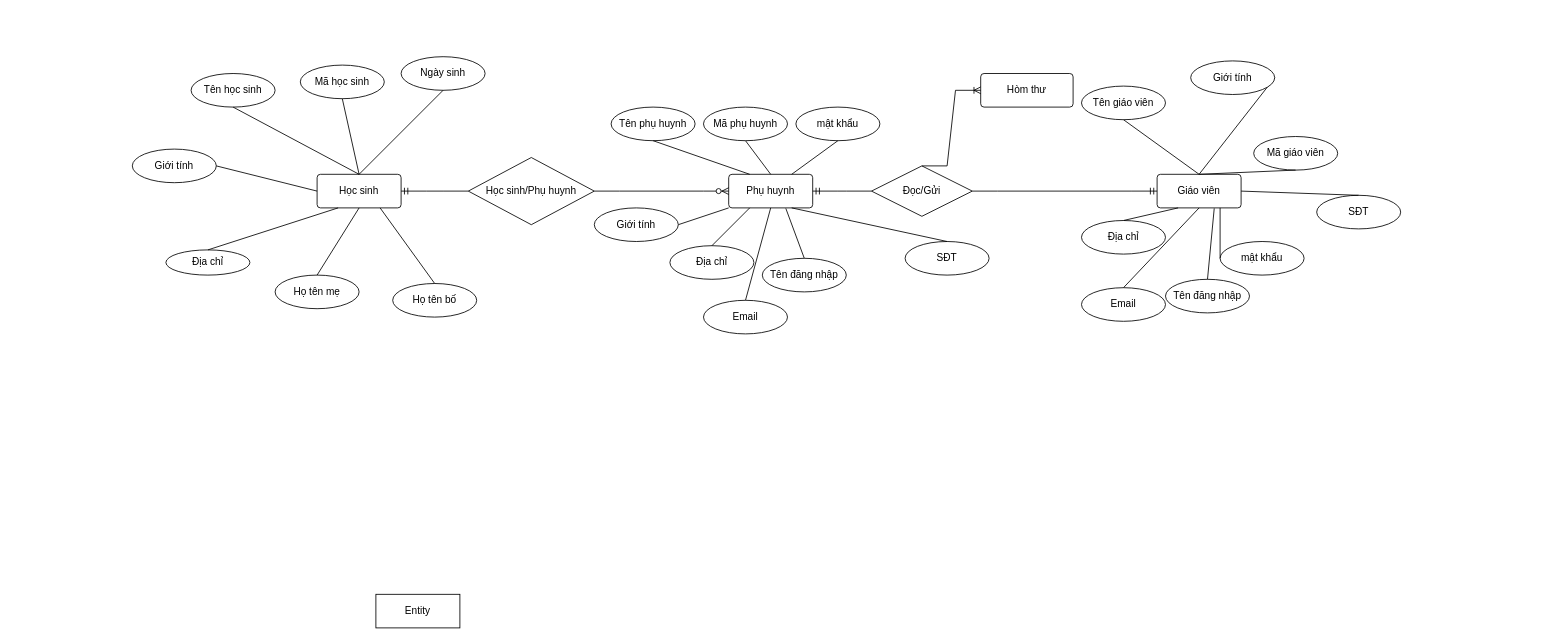
Above: Untitled Diagram.drawio in trungvu267/sunny-page (draw.io), before the change. Source tidied: cells renumbered, new cells numbered last; positions are measured from the earlier drawing's top-left corner, leaving out a move shared by most shapes. Both pictures are drawn from the tidied source at 84%, with x=0, y=0 at pixel (132, 56).
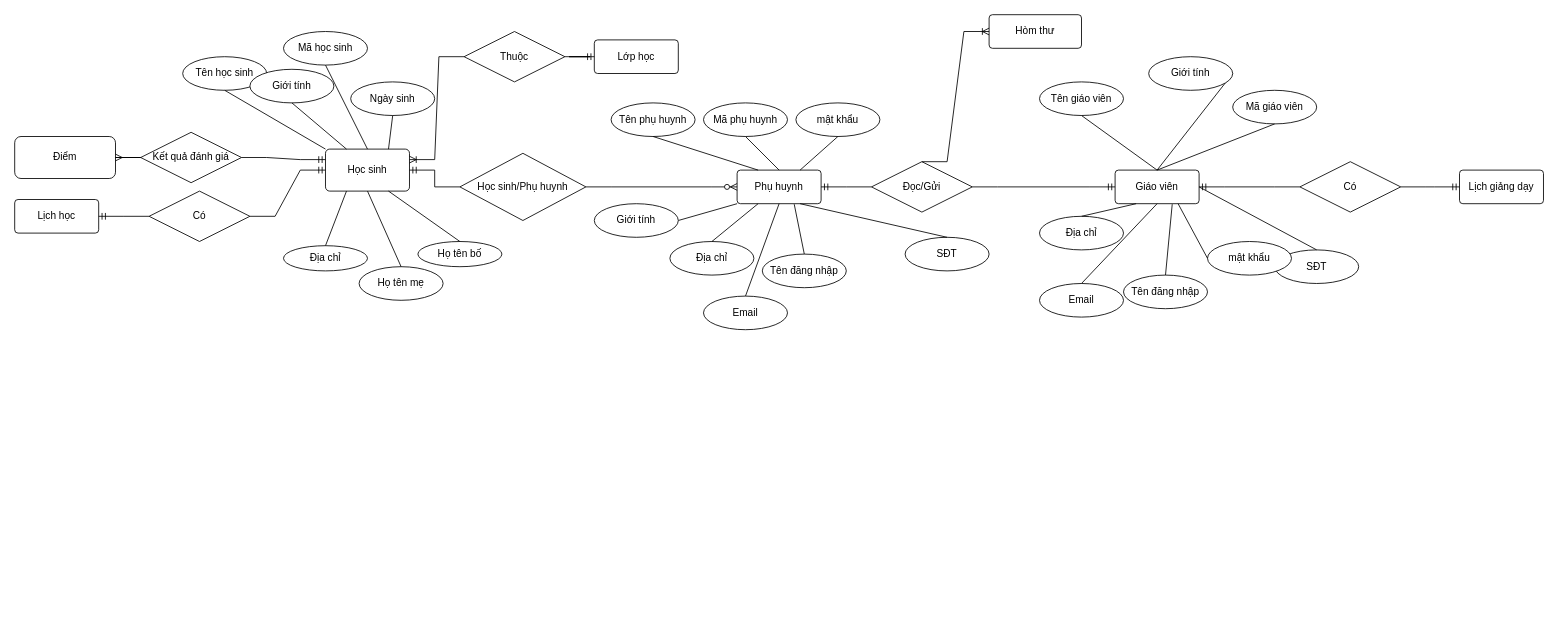
The same diagram, later.

What changed in the source:
```diff
@@
-    <mxCell id="2" value="Entity" style="whiteSpace=wrap;html=1;align=center;" parent="1" vertex="1">
-      <mxGeometry x="290" y="640" width="100" height="40" as="geometry" />
-    </mxCell>
     <mxCell id="3" value="Học sinh" style="rounded=1;arcSize=10;whiteSpace=wrap;html=1;align=center;" parent="1" vertex="1">
-      <mxGeometry x="220" y="140" width="100" height="40" as="geometry" />
+      <mxGeometry x="230" y="110" width="100" height="50" as="geometry" />
     </mxCell>
     <mxCell id="4" value="Tên học sinh" style="ellipse;whiteSpace=wrap;html=1;align=center;" parent="1" vertex="1">
-      <mxGeometry x="70" y="20" width="100" height="40" as="geometry" />
+      <mxGeometry x="60" width="100" height="40" as="geometry" />
     </mxCell>
     <mxCell id="5" value="Ngày sinh" style="ellipse;whiteSpace=wrap;html=1;align=center;" parent="1" vertex="1">
-      <mxGeometry x="320" width="100" height="40" as="geometry" />
+      <mxGeometry x="260" y="30" width="100" height="40" as="geometry" />
     </mxCell>
     <mxCell id="6" value="Địa chỉ" style="ellipse;whiteSpace=wrap;html=1;align=center;" parent="1" vertex="1">
-      <mxGeometry x="40" y="230" width="100" height="30" as="geometry" />
+      <mxGeometry x="180" y="225" width="100" height="30" as="geometry" />
     </mxCell>
     <mxCell id="7" value="Họ tên bố" style="ellipse;whiteSpace=wrap;html=1;align=center;" parent="1" vertex="1">
-      <mxGeometry x="310" y="270" width="100" height="40" as="geometry" />
+      <mxGeometry x="340" y="220" width="100" height="30" as="geometry" />
     </mxCell>
     <mxCell id="8" value="Họ tên mẹ" style="ellipse;whiteSpace=wrap;html=1;align=center;" parent="1" vertex="1">
-      <mxGeometry x="170" y="260" width="100" height="40" as="geometry" />
+      <mxGeometry x="270" y="250" width="100" height="40" as="geometry" />
     </mxCell>
     <mxCell id="9" value="Giới tính" style="ellipse;whiteSpace=wrap;html=1;align=center;" parent="1" vertex="1">
-      <mxGeometry y="110" width="100" height="40" as="geometry" />
+      <mxGeometry x="140" y="15" width="100" height="40" as="geometry" />
     </mxCell>
     <mxCell id="10" value="Mã học sinh" style="ellipse;whiteSpace=wrap;html=1;align=center;" parent="1" vertex="1">
-      <mxGeometry x="200" y="10" width="100" height="40" as="geometry" />
+      <mxGeometry x="180" y="-30" width="100" height="40" as="geometry" />
     </mxCell>
-    <mxCell id="11" style="endArrow=none;html=1;rounded=0;exitX=0.5;exitY=1;exitDx=0;exitDy=0;entryX=0.5;entryY=0;entryDx=0;entryDy=0;" parent="1" edge="1" source="4" target="3">
+    <mxCell id="11" style="endArrow=none;html=1;rounded=0;exitX=0.5;exitY=1;exitDx=0;exitDy=0;entryX=0;entryY=0;entryDx=0;entryDy=0;" parent="1" edge="1" source="4" target="3">
       <mxGeometry relative="1" as="geometry" />
     </mxCell>
@@
-    <mxCell id="13" style="endArrow=none;html=1;rounded=0;entryX=0.5;entryY=1;entryDx=0;entryDy=0;exitX=0.5;exitY=0;exitDx=0;exitDy=0;" parent="1" edge="1" source="3" target="5">
+    <mxCell id="13" style="endArrow=none;html=1;rounded=0;entryX=0.5;entryY=1;entryDx=0;entryDy=0;exitX=0.75;exitY=0;exitDx=0;exitDy=0;" parent="1" edge="1" source="3" target="5">
       <mxGeometry relative="1" as="geometry" />
     </mxCell>
-    <mxCell id="14" style="endArrow=none;html=1;rounded=0;exitX=1;exitY=0.5;exitDx=0;exitDy=0;entryX=0;entryY=0.5;entryDx=0;entryDy=0;" parent="1" edge="1" source="9" target="3">
+    <mxCell id="14" style="endArrow=none;html=1;rounded=0;exitX=0.5;exitY=1;exitDx=0;exitDy=0;entryX=0.25;entryY=0;entryDx=0;entryDy=0;" parent="1" edge="1" source="9" target="3">
       <mxGeometry relative="1" as="geometry" />
     </mxCell>
@@
     <mxCell id="18" value="Phụ huynh" style="rounded=1;arcSize=10;whiteSpace=wrap;html=1;align=center;" parent="1" vertex="1">
-      <mxGeometry x="710" y="140" width="100" height="40" as="geometry" />
+      <mxGeometry x="720" y="135" width="100" height="40" as="geometry" />
     </mxCell>
     <mxCell id="19" value="Tên phụ huynh" style="ellipse;whiteSpace=wrap;html=1;align=center;" parent="1" vertex="1">
-      <mxGeometry x="570" y="60" width="100" height="40" as="geometry" />
+      <mxGeometry x="570" y="55" width="100" height="40" as="geometry" />
     </mxCell>
     <mxCell id="20" value="Địa chỉ" style="ellipse;whiteSpace=wrap;html=1;align=center;" parent="1" vertex="1">
-      <mxGeometry x="640" y="225" width="100" height="40" as="geometry" />
+      <mxGeometry x="640" y="220" width="100" height="40" as="geometry" />
     </mxCell>
     <mxCell id="21" value="SĐT" style="ellipse;whiteSpace=wrap;html=1;align=center;" parent="1" vertex="1">
-      <mxGeometry x="920" y="220" width="100" height="40" as="geometry" />
+      <mxGeometry x="920" y="215" width="100" height="40" as="geometry" />
     </mxCell>
     <mxCell id="22" value="Email" style="ellipse;whiteSpace=wrap;html=1;align=center;" parent="1" vertex="1">
-      <mxGeometry x="680" y="290" width="100" height="40" as="geometry" />
+      <mxGeometry x="680" y="285" width="100" height="40" as="geometry" />
     </mxCell>
     <mxCell id="23" value="Mã phụ huynh" style="ellipse;whiteSpace=wrap;html=1;align=center;" parent="1" vertex="1">
-      <mxGeometry x="680" y="60" width="100" height="40" as="geometry" />
+      <mxGeometry x="680" y="55" width="100" height="40" as="geometry" />
     </mxCell>
@@
     <mxCell id="30" value="Giới tính" style="ellipse;whiteSpace=wrap;html=1;align=center;" parent="1" vertex="1">
-      <mxGeometry x="550" y="180" width="100" height="40" as="geometry" />
+      <mxGeometry x="550" y="175" width="100" height="40" as="geometry" />
     </mxCell>
     <mxCell id="31" value="Tên đăng nhập" style="ellipse;whiteSpace=wrap;html=1;align=center;" parent="1" vertex="1">
-      <mxGeometry x="750" y="240" width="100" height="40" as="geometry" />
+      <mxGeometry x="750" y="235" width="100" height="40" as="geometry" />
     </mxCell>
     <mxCell id="32" value="mật khẩu" style="ellipse;whiteSpace=wrap;html=1;align=center;" parent="1" vertex="1">
-      <mxGeometry x="790" y="60" width="100" height="40" as="geometry" />
+      <mxGeometry x="790" y="55" width="100" height="40" as="geometry" />
     </mxCell>
@@
     <mxCell id="35" value="Giáo viên" style="rounded=1;arcSize=10;whiteSpace=wrap;html=1;align=center;" parent="1" vertex="1">
-      <mxGeometry x="1220" y="140" width="100" height="40" as="geometry" />
+      <mxGeometry x="1170" y="135" width="100" height="40" as="geometry" />
     </mxCell>
     <mxCell id="36" value="Tên giáo viên" style="ellipse;whiteSpace=wrap;html=1;align=center;" parent="1" vertex="1">
-      <mxGeometry x="1130" y="35" width="100" height="40" as="geometry" />
+      <mxGeometry x="1080" y="30" width="100" height="40" as="geometry" />
     </mxCell>
     <mxCell id="37" value="Địa chỉ" style="ellipse;whiteSpace=wrap;html=1;align=center;" parent="1" vertex="1">
-      <mxGeometry x="1130" y="195" width="100" height="40" as="geometry" />
+      <mxGeometry x="1080" y="190" width="100" height="40" as="geometry" />
     </mxCell>
     <mxCell id="38" value="SĐT" style="ellipse;whiteSpace=wrap;html=1;align=center;" parent="1" vertex="1">
-      <mxGeometry x="1410" y="165" width="100" height="40" as="geometry" />
+      <mxGeometry x="1360" y="230" width="100" height="40" as="geometry" />
     </mxCell>
     <mxCell id="39" value="Email" style="ellipse;whiteSpace=wrap;html=1;align=center;" parent="1" vertex="1">
-      <mxGeometry x="1130" y="275" width="100" height="40" as="geometry" />
+      <mxGeometry x="1080" y="270" width="100" height="40" as="geometry" />
     </mxCell>
     <mxCell id="40" value="Mã giáo viên" style="ellipse;whiteSpace=wrap;html=1;align=center;" parent="1" vertex="1">
-      <mxGeometry x="1335" y="95" width="100" height="40" as="geometry" />
+      <mxGeometry x="1310" y="40" width="100" height="40" as="geometry" />
     </mxCell>
@@
     <mxCell id="47" value="Giới tính" style="ellipse;whiteSpace=wrap;html=1;align=center;" parent="1" vertex="1">
-      <mxGeometry x="1260" y="5" width="100" height="40" as="geometry" />
+      <mxGeometry x="1210" width="100" height="40" as="geometry" />
     </mxCell>
     <mxCell id="48" value="Tên đăng nhập" style="ellipse;whiteSpace=wrap;html=1;align=center;" parent="1" vertex="1">
-      <mxGeometry x="1230" y="265" width="100" height="40" as="geometry" />
+      <mxGeometry x="1180" y="260" width="100" height="40" as="geometry" />
     </mxCell>
     <mxCell id="49" value="mật khẩu" style="ellipse;whiteSpace=wrap;html=1;align=center;" parent="1" vertex="1">
-      <mxGeometry x="1295" y="220" width="100" height="40" as="geometry" />
+      <mxGeometry x="1280" y="220" width="100" height="40" as="geometry" />
     </mxCell>
@@
     <mxCell id="52" value="Học sinh/Phụ huynh" style="shape=rhombus;perimeter=rhombusPerimeter;whiteSpace=wrap;html=1;align=center;" parent="1" vertex="1">
-      <mxGeometry x="400" y="120" width="150" height="80" as="geometry" />
+      <mxGeometry x="390" y="115" width="150" height="80" as="geometry" />
     </mxCell>
@@
     <mxCell id="55" value="Hòm thư" style="rounded=1;arcSize=10;whiteSpace=wrap;html=1;align=center;" parent="1" vertex="1">
-      <mxGeometry x="1010" y="20" width="110" height="40" as="geometry" />
+      <mxGeometry x="1020" y="-50" width="110" height="40" as="geometry" />
     </mxCell>
     <mxCell id="56" value="Đọc/Gửi" style="shape=rhombus;perimeter=rhombusPerimeter;whiteSpace=wrap;html=1;align=center;" parent="1" vertex="1">
-      <mxGeometry x="880" y="130" width="120" height="60" as="geometry" />
+      <mxGeometry x="880" y="125" width="120" height="60" as="geometry" />
     </mxCell>
@@
+    <mxCell id="60" value="Điểm" style="rounded=1;whiteSpace=wrap;html=1;" parent="1" vertex="1">
+      <mxGeometry x="-140" y="95" width="120" height="50" as="geometry" />
+    </mxCell>
+    <mxCell id="61" value="Kết quả đánh giá" style="shape=rhombus;perimeter=rhombusPerimeter;whiteSpace=wrap;html=1;align=center;" parent="1" vertex="1">
+      <mxGeometry x="10" y="90" width="120" height="60" as="geometry" />
+    </mxCell>
+    <mxCell id="62" style="edgeStyle=entityRelationEdgeStyle;fontSize=12;html=1;endArrow=ERmany;rounded=0;entryX=1;entryY=0.5;entryDx=0;entryDy=0;exitX=0;exitY=0.5;exitDx=0;exitDy=0;" parent="1" edge="1" source="61" target="60">
+      <mxGeometry relative="1" as="geometry" />
+    </mxCell>
+    <mxCell id="63" style="edgeStyle=entityRelationEdgeStyle;fontSize=12;html=1;endArrow=ERmandOne;rounded=0;entryX=0;entryY=0.25;entryDx=0;entryDy=0;exitX=1;exitY=0.5;exitDx=0;exitDy=0;" parent="1" edge="1" source="61" target="3">
+      <mxGeometry relative="1" as="geometry" />
+    </mxCell>
+    <mxCell id="64" value="Lớp học" style="rounded=1;arcSize=10;whiteSpace=wrap;html=1;align=center;" parent="1" vertex="1">
+      <mxGeometry x="550" y="-20" width="100" height="40" as="geometry" />
+    </mxCell>
+    <mxCell id="65" style="edgeStyle=entityRelationEdgeStyle;fontSize=12;html=1;endArrow=ERoneToMany;rounded=0;entryX=1;entryY=0.25;entryDx=0;entryDy=0;exitX=0;exitY=0.5;exitDx=0;exitDy=0;" parent="1" edge="1" source="66" target="3">
+      <mxGeometry relative="1" as="geometry" />
+    </mxCell>
+    <mxCell id="66" value="Thuộc" style="shape=rhombus;perimeter=rhombusPerimeter;whiteSpace=wrap;html=1;align=center;" parent="1" vertex="1">
+      <mxGeometry x="395" y="-30" width="120" height="60" as="geometry" />
+    </mxCell>
+    <mxCell id="67" style="edgeStyle=entityRelationEdgeStyle;fontSize=12;html=1;endArrow=ERmandOne;rounded=0;entryX=0;entryY=0.5;entryDx=0;entryDy=0;exitX=1;exitY=0.5;exitDx=0;exitDy=0;" parent="1" edge="1" source="66" target="64">
+      <mxGeometry relative="1" as="geometry" />
+    </mxCell>
+    <mxCell id="68" value="Có" style="shape=rhombus;perimeter=rhombusPerimeter;whiteSpace=wrap;html=1;align=center;" parent="1" vertex="1">
+      <mxGeometry x="1390" y="125" width="120" height="60" as="geometry" />
+    </mxCell>
+    <mxCell id="69" value="Lịch giảng dạy" style="rounded=1;arcSize=10;whiteSpace=wrap;html=1;align=center;" parent="1" vertex="1">
+      <mxGeometry x="1580" y="135" width="100" height="40" as="geometry" />
+    </mxCell>
+    <mxCell id="70" style="edgeStyle=entityRelationEdgeStyle;fontSize=12;html=1;endArrow=ERmandOne;rounded=0;entryX=0;entryY=0.5;entryDx=0;entryDy=0;exitX=1;exitY=0.5;exitDx=0;exitDy=0;" parent="1" edge="1" source="68" target="69">
+      <mxGeometry relative="1" as="geometry" />
+    </mxCell>
+    <mxCell id="71" style="edgeStyle=entityRelationEdgeStyle;fontSize=12;html=1;endArrow=ERmandOne;rounded=0;entryX=1;entryY=0.5;entryDx=0;entryDy=0;exitX=0;exitY=0.5;exitDx=0;exitDy=0;" parent="1" edge="1" source="68" target="35">
+      <mxGeometry relative="1" as="geometry" />
+    </mxCell>
+    <mxCell id="72" value="Có" style="shape=rhombus;perimeter=rhombusPerimeter;whiteSpace=wrap;html=1;align=center;" parent="1" vertex="1">
+      <mxGeometry x="20" y="160" width="120" height="60" as="geometry" />
+    </mxCell>
+    <mxCell id="73" value="Lịch học" style="rounded=1;arcSize=10;whiteSpace=wrap;html=1;align=center;" parent="1" vertex="1">
+      <mxGeometry x="-140" y="170" width="100" height="40" as="geometry" />
+    </mxCell>
+    <mxCell id="74" style="edgeStyle=entityRelationEdgeStyle;fontSize=12;html=1;endArrow=ERmandOne;rounded=0;entryX=1;entryY=0.5;entryDx=0;entryDy=0;exitX=0;exitY=0.5;exitDx=0;exitDy=0;" parent="1" edge="1" source="72" target="73">
+      <mxGeometry relative="1" as="geometry" />
+    </mxCell>
+    <mxCell id="75" style="edgeStyle=entityRelationEdgeStyle;fontSize=12;html=1;endArrow=ERmandOne;rounded=0;exitX=1;exitY=0.5;exitDx=0;exitDy=0;entryX=0;entryY=0.5;entryDx=0;entryDy=0;" parent="1" edge="1" source="72" target="3">
+      <mxGeometry relative="1" as="geometry" />
+    </mxCell>
```
